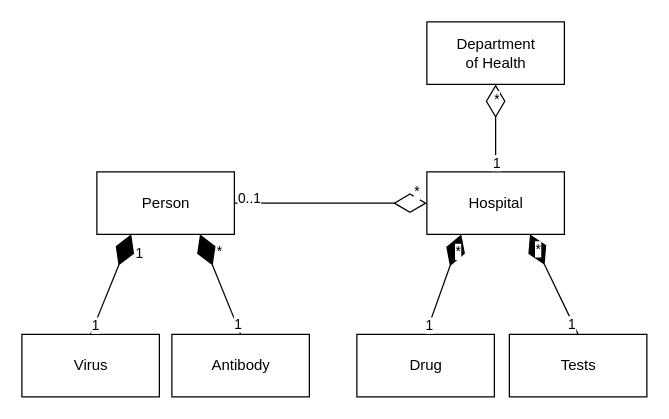
The draw.io diagram diagrams/Information model.drawio in rolkon/covid-gof-patterns, before the edit. Source tidied: cells renumbered, new cells numbered last; positions are measured from the earlier drawing's top-left corner, leaving out a move shared by most shapes. Both pictures are drawn from the tidied source at 125%, with x=0, y=0 at pixel (21, 21).
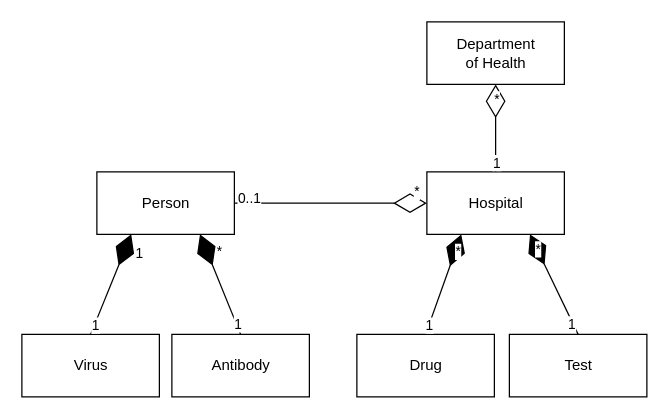
The same diagram, later.

What changed in the source:
```diff
@@
-    <mxCell id="23" value="Tests" style="html=1;" parent="1" vertex="1">
+    <mxCell id="23" value="Test" style="html=1;" parent="1" vertex="1">
       <mxGeometry x="390" y="250" width="110" height="50" as="geometry" />
     </mxCell>
```
